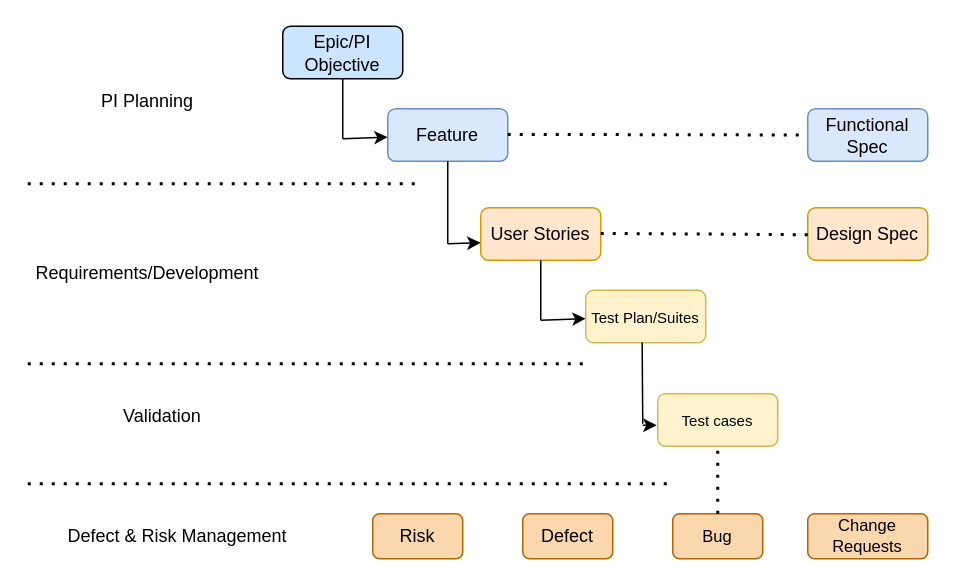
This is agileprocess2.drawio from surajnaik90/Architectures-Designs, a draw.io file, before an edit. Source tidied: cells renumbered, new cells numbered last; positions are measured from the earlier drawing's top-left corner, leaving out a move shared by most shapes. Both pictures are drawn from the tidied source at 150%, with x=0, y=0 at pixel (27, 26).
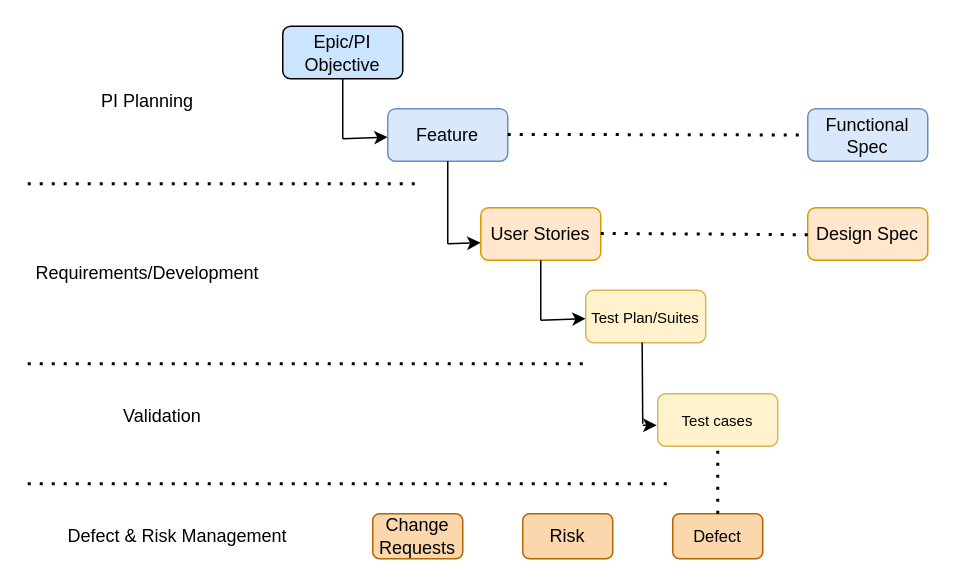
After the change.

The edit, as a diff of the source:
```diff
@@
-    <mxCell id="15" value="&lt;span style=&quot;&quot;&gt;Risk&lt;/span&gt;" style="rounded=1;whiteSpace=wrap;html=1;fillColor=#fad7ac;strokeColor=#b46504;" parent="1" vertex="1">
+    <mxCell id="15" value="Change Requests" style="rounded=1;whiteSpace=wrap;html=1;fillColor=#fad7ac;strokeColor=#b46504;" parent="1" vertex="1">
       <mxGeometry x="230" y="325" width="60" height="30" as="geometry" />
     </mxCell>
-    <mxCell id="16" value="Defect" style="rounded=1;whiteSpace=wrap;html=1;fillColor=#fad7ac;strokeColor=#b46504;" parent="1" vertex="1">
+    <mxCell id="16" value="Risk" style="rounded=1;whiteSpace=wrap;html=1;fillColor=#fad7ac;strokeColor=#b46504;" parent="1" vertex="1">
       <mxGeometry x="330" y="325" width="60" height="30" as="geometry" />
     </mxCell>
-    <mxCell id="17" value="Bug" style="rounded=1;whiteSpace=wrap;html=1;fillColor=#fad7ac;fontSize=11;strokeColor=#b46504;" parent="1" vertex="1">
+    <mxCell id="17" value="Defect" style="rounded=1;whiteSpace=wrap;html=1;fillColor=#fad7ac;fontSize=11;strokeColor=#b46504;" parent="1" vertex="1">
       <mxGeometry x="430" y="325" width="60" height="30" as="geometry" />
     </mxCell>
@@
-    <mxCell id="30" value="Change Requests" style="rounded=1;whiteSpace=wrap;html=1;fillColor=#fad7ac;fontSize=11;strokeColor=#b46504;" parent="1" vertex="1">
-      <mxGeometry x="520" y="325" width="80" height="30" as="geometry" />
-    </mxCell>
```
